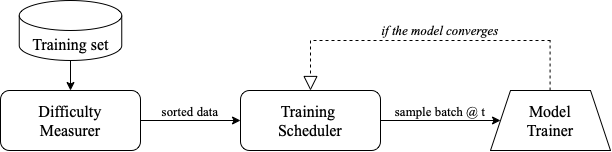
Above: images/predefinedCL.png in carmenaarmenti/Thesis (draw.io), before the change. Source tidied: cells renumbered, new cells last; positions are measured from the earlier drawing's top-left corner, leaving out a move shared by most shapes. Source of this version:
```xml
<mxGraphModel>
  <root>
    <mxCell id="0" />
    <mxCell id="1" parent="0" />
    <mxCell id="2" value="&lt;font face=&quot;Times New Roman&quot; style=&quot;font-size: 16px;&quot;&gt;Training &lt;br&gt;Scheduler&lt;/font&gt;" style="rounded=1;whiteSpace=wrap;html=1;fontSize=12;glass=0;strokeWidth=1;shadow=0;" parent="1" vertex="1">
      <mxGeometry x="240" y="90" width="140" height="60" as="geometry" />
    </mxCell>
    <mxCell id="3" value="&lt;font face=&quot;Times New Roman&quot; style=&quot;font-size: 16px;&quot;&gt;Model&lt;br&gt;Trainer&lt;/font&gt;" style="shape=trapezoid;perimeter=trapezoidPerimeter;whiteSpace=wrap;html=1;fixedSize=1;" parent="1" vertex="1">
      <mxGeometry x="490" y="90" width="120" height="60" as="geometry" />
    </mxCell>
    <mxCell id="4" value="&lt;font face=&quot;Times New Roman&quot; style=&quot;font-size: 16px;&quot;&gt;Difficulty &lt;br&gt;Measurer&lt;/font&gt;" style="rounded=1;whiteSpace=wrap;html=1;fontSize=12;glass=0;strokeWidth=1;shadow=0;" parent="1" vertex="1">
      <mxGeometry y="90" width="140" height="60" as="geometry" />
    </mxCell>
    <mxCell id="5" value="&lt;font face=&quot;Times New Roman&quot; style=&quot;font-size: 16px;&quot;&gt;Training&amp;nbsp;set&lt;/font&gt;" style="shape=cylinder3;whiteSpace=wrap;html=1;boundedLbl=1;backgroundOutline=1;size=15;fontSize=17;" parent="1" vertex="1">
      <mxGeometry x="18.8" width="102.5" height="60" as="geometry" />
    </mxCell>
    <mxCell id="6" style="endArrow=classic;html=1;rounded=0;fontFamily=Times New Roman;fontSize=16;entryX=0.5;entryY=0;entryDx=0;entryDy=0;" parent="1" edge="1" target="4">
      <mxGeometry relative="1" as="geometry">
        <mxPoint x="70" y="60" as="sourcePoint" />
      </mxGeometry>
    </mxCell>
    <mxCell id="7" style="endArrow=classic;html=1;rounded=0;fontFamily=Times New Roman;fontSize=16;exitX=1;exitY=0.5;exitDx=0;exitDy=0;entryX=0;entryY=0.5;entryDx=0;entryDy=0;" parent="1" edge="1" source="4" target="2">
      <mxGeometry relative="1" as="geometry" />
    </mxCell>
    <mxCell id="8" style="endArrow=classic;html=1;rounded=0;fontFamily=Times New Roman;fontSize=16;exitX=1;exitY=0.5;exitDx=0;exitDy=0;" parent="1" edge="1" source="2" target="3">
      <mxGeometry relative="1" as="geometry" />
    </mxCell>
    <mxCell id="9" value="&lt;font style=&quot;font-size: 13px;&quot;&gt;sorted data&lt;/font&gt;" style="text;html=1;strokeColor=none;fillColor=none;align=center;verticalAlign=middle;whiteSpace=wrap;rounded=0;fontFamily=Times New Roman;fontSize=16;" parent="1" vertex="1">
      <mxGeometry x="160" y="100" width="60" height="20" as="geometry" />
    </mxCell>
    <mxCell id="10" value="&lt;font style=&quot;font-size: 13px;&quot;&gt;sample&amp;nbsp;batch @ t&lt;/font&gt;" style="text;html=1;strokeColor=none;fillColor=none;align=center;verticalAlign=middle;whiteSpace=wrap;rounded=0;fontFamily=Times New Roman;fontSize=16;spacing=0;" parent="1" vertex="1">
      <mxGeometry x="390" y="105" width="100" height="10" as="geometry" />
    </mxCell>
    <mxCell id="11" style="endArrow=block;dashed=1;endFill=0;endSize=12;html=1;rounded=0;fontFamily=Times New Roman;fontSize=13;entryX=0.5;entryY=0;entryDx=0;entryDy=0;" parent="1" edge="1" target="2">
      <mxGeometry relative="1" as="geometry">
        <mxPoint x="310" y="40" as="sourcePoint" />
      </mxGeometry>
    </mxCell>
    <mxCell id="12" style="endArrow=none;dashed=1;html=1;rounded=0;fontFamily=Times New Roman;fontSize=13;" parent="1" edge="1">
      <mxGeometry relative="1" as="geometry">
        <mxPoint x="549.6" y="90" as="sourcePoint" />
        <mxPoint x="549.6" y="40" as="targetPoint" />
      </mxGeometry>
    </mxCell>
    <mxCell id="13" style="endArrow=none;dashed=1;html=1;rounded=0;fontFamily=Times New Roman;fontSize=13;" parent="1" edge="1">
      <mxGeometry relative="1" as="geometry">
        <mxPoint x="550" y="40" as="sourcePoint" />
        <mxPoint x="310" y="40" as="targetPoint" />
      </mxGeometry>
    </mxCell>
    <mxCell id="14" value="&lt;i&gt;if the model converges&lt;/i&gt;" style="text;html=1;strokeColor=none;fillColor=none;align=center;verticalAlign=middle;whiteSpace=wrap;rounded=0;fontFamily=Times New Roman;fontSize=13;" parent="1" vertex="1">
      <mxGeometry x="375" y="20" width="130" height="20" as="geometry" />
    </mxCell>
  </root>
</mxGraphModel>
```
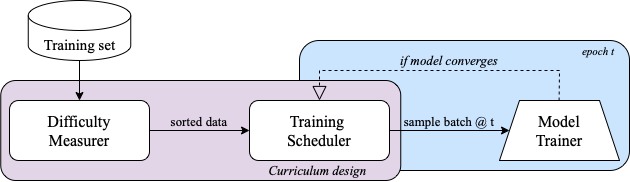
The same file after the commit.

Diff of the diagram source:
```diff
@@ -2,22 +2,31 @@
   <root>
     <mxCell id="0" />
     <mxCell id="1" parent="0" />
+    <mxCell id="15" style="rounded=1;whiteSpace=wrap;html=1;labelBackgroundColor=none;fontFamily=Times New Roman;fontSize=13;fontColor=#4C0099;fillColor=#CCE5FF;" parent="1" vertex="1">
+      <mxGeometry x="290" y="30" width="330" height="130" as="geometry" />
+    </mxCell>
+    <mxCell id="16" style="edgeStyle=orthogonalEdgeStyle;rounded=0;jettySize=auto;html=1;exitX=0.5;exitY=0;exitDx=0;exitDy=0;fontFamily=Times New Roman;fontSize=13;" parent="1" edge="1" source="17">
+      <mxGeometry relative="1" as="geometry">
+        <mxPoint x="190.3" y="70" as="targetPoint" />
+      </mxGeometry>
+    </mxCell>
+    <mxCell id="17" style="rounded=1;whiteSpace=wrap;html=1;fontFamily=Times New Roman;fontSize=13;labelBackgroundColor=#FFF4C3;textOpacity=50;fillColor=#e1d5e7;strokeColor=#000000;" parent="1" vertex="1">
+      <mxGeometry x="-8.8" y="70" width="400" height="100" as="geometry" />
+    </mxCell>
     <mxCell id="2" value="&lt;font face=&quot;Times New Roman&quot; style=&quot;font-size: 16px;&quot;&gt;Training &lt;br&gt;Scheduler&lt;/font&gt;" style="rounded=1;whiteSpace=wrap;html=1;fontSize=12;glass=0;strokeWidth=1;shadow=0;" parent="1" vertex="1">
       <mxGeometry x="240" y="90" width="140" height="60" as="geometry" />
     </mxCell>
-    <mxCell id="3" value="&lt;font face=&quot;Times New Roman&quot; style=&quot;font-size: 16px;&quot;&gt;Model&lt;br&gt;Trainer&lt;/font&gt;" style="shape=trapezoid;perimeter=trapezoidPerimeter;whiteSpace=wrap;html=1;fixedSize=1;" parent="1" vertex="1">
+    <mxCell id="3" value="&lt;font face=&quot;Times New Roman&quot; style=&quot;font-size: 16px;&quot;&gt;Model&lt;br&gt;Trainer&lt;/font&gt;" style="shape=trapezoid;perimeter=trapezoidPerimeter;whiteSpace=wrap;html=1;fixedSize=1;labelBackgroundColor=default;" parent="1" vertex="1">
       <mxGeometry x="490" y="90" width="120" height="60" as="geometry" />
     </mxCell>
     <mxCell id="4" value="&lt;font face=&quot;Times New Roman&quot; style=&quot;font-size: 16px;&quot;&gt;Difficulty &lt;br&gt;Measurer&lt;/font&gt;" style="rounded=1;whiteSpace=wrap;html=1;fontSize=12;glass=0;strokeWidth=1;shadow=0;" parent="1" vertex="1">
       <mxGeometry y="90" width="140" height="60" as="geometry" />
     </mxCell>
-    <mxCell id="5" value="&lt;font face=&quot;Times New Roman&quot; style=&quot;font-size: 16px;&quot;&gt;Training&amp;nbsp;set&lt;/font&gt;" style="shape=cylinder3;whiteSpace=wrap;html=1;boundedLbl=1;backgroundOutline=1;size=15;fontSize=17;" parent="1" vertex="1">
-      <mxGeometry x="18.8" width="102.5" height="60" as="geometry" />
+    <mxCell id="5" value="&lt;font style=&quot;font-size: 15px;&quot; face=&quot;Times New Roman&quot;&gt;Training&amp;nbsp;set&lt;/font&gt;" style="shape=cylinder3;whiteSpace=wrap;html=1;boundedLbl=1;backgroundOutline=1;size=15;fontSize=17;" parent="1" vertex="1">
+      <mxGeometry x="18.8" y="-10" width="102.5" height="60" as="geometry" />
     </mxCell>
-    <mxCell id="6" style="endArrow=classic;html=1;rounded=0;fontFamily=Times New Roman;fontSize=16;entryX=0.5;entryY=0;entryDx=0;entryDy=0;" parent="1" edge="1" target="4">
-      <mxGeometry relative="1" as="geometry">
-        <mxPoint x="70" y="60" as="sourcePoint" />
-      </mxGeometry>
+    <mxCell id="6" style="endArrow=classic;html=1;rounded=0;fontFamily=Times New Roman;fontSize=16;entryX=0.5;entryY=0;entryDx=0;entryDy=0;exitX=0.5;exitY=1;exitDx=0;exitDy=0;exitPerimeter=0;" parent="1" edge="1" source="5" target="4">
+      <mxGeometry relative="1" as="geometry" />
     </mxCell>
     <mxCell id="7" style="endArrow=classic;html=1;rounded=0;fontFamily=Times New Roman;fontSize=16;exitX=1;exitY=0.5;exitDx=0;exitDy=0;entryX=0;entryY=0.5;entryDx=0;entryDy=0;" parent="1" edge="1" source="4" target="2">
       <mxGeometry relative="1" as="geometry" />
@@ -33,23 +42,29 @@
     </mxCell>
     <mxCell id="11" style="endArrow=block;dashed=1;endFill=0;endSize=12;html=1;rounded=0;fontFamily=Times New Roman;fontSize=13;entryX=0.5;entryY=0;entryDx=0;entryDy=0;" parent="1" edge="1" target="2">
       <mxGeometry relative="1" as="geometry">
-        <mxPoint x="310" y="40" as="sourcePoint" />
+        <mxPoint x="310" y="60" as="sourcePoint" />
       </mxGeometry>
     </mxCell>
     <mxCell id="12" style="endArrow=none;dashed=1;html=1;rounded=0;fontFamily=Times New Roman;fontSize=13;" parent="1" edge="1">
       <mxGeometry relative="1" as="geometry">
         <mxPoint x="549.6" y="90" as="sourcePoint" />
-        <mxPoint x="549.6" y="40" as="targetPoint" />
+        <mxPoint x="550" y="60" as="targetPoint" />
       </mxGeometry>
     </mxCell>
     <mxCell id="13" style="endArrow=none;dashed=1;html=1;rounded=0;fontFamily=Times New Roman;fontSize=13;" parent="1" edge="1">
       <mxGeometry relative="1" as="geometry">
-        <mxPoint x="550" y="40" as="sourcePoint" />
-        <mxPoint x="310" y="40" as="targetPoint" />
+        <mxPoint x="550" y="60" as="sourcePoint" />
+        <mxPoint x="310" y="60" as="targetPoint" />
       </mxGeometry>
     </mxCell>
-    <mxCell id="14" value="&lt;i&gt;if the model converges&lt;/i&gt;" style="text;html=1;strokeColor=none;fillColor=none;align=center;verticalAlign=middle;whiteSpace=wrap;rounded=0;fontFamily=Times New Roman;fontSize=13;" parent="1" vertex="1">
-      <mxGeometry x="375" y="20" width="130" height="20" as="geometry" />
+    <mxCell id="14" value="&lt;i&gt;if model converges&lt;/i&gt;" style="text;html=1;strokeColor=none;fillColor=none;align=center;verticalAlign=middle;whiteSpace=wrap;rounded=0;fontFamily=Times New Roman;fontSize=13;" parent="1" vertex="1">
+      <mxGeometry x="361.2" y="40" width="157.5" height="20" as="geometry" />
     </mxCell>
+    <mxCell id="18" value="&lt;i&gt;Curriculum design&amp;nbsp;&lt;/i&gt;" style="text;html=1;strokeColor=none;fillColor=none;align=center;verticalAlign=middle;whiteSpace=wrap;rounded=0;labelBackgroundColor=none;fontFamily=Times New Roman;fontSize=13;" parent="1" vertex="1">
+      <mxGeometry x="255" y="150" width="110" height="20" as="geometry" />
+    </mxCell>
+    <mxCell id="19" value="&lt;i&gt;&lt;font style=&quot;font-size: 11px;&quot;&gt;epoch t&amp;nbsp;&lt;/font&gt;&lt;/i&gt;" style="text;html=1;strokeColor=none;fillColor=none;align=center;verticalAlign=middle;whiteSpace=wrap;rounded=0;labelBackgroundColor=none;fontFamily=Times New Roman;fontSize=13;" parent="1" vertex="1">
+      <mxGeometry x="571.2" y="40" width="38.8" as="geometry" />
+    </mxCell>
   </root>
 </mxGraphModel>
```
